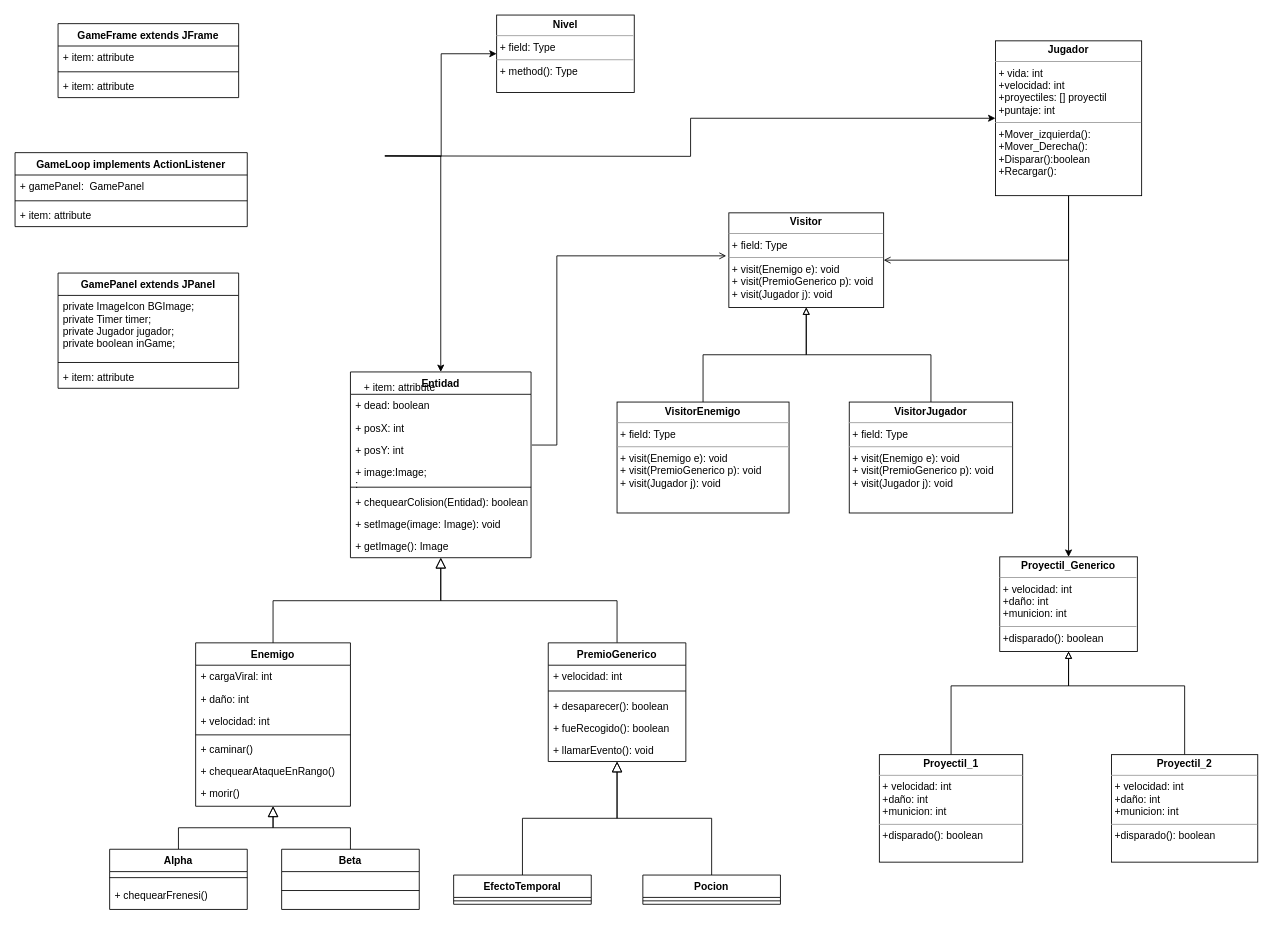
The draw.io diagram VerticalShooter_UML.drawio in Mawity/Repositorio-Proyecto-3, before the edit. Source tidied: cells renumbered, new cells numbered last; positions are measured from the earlier drawing's top-left corner, leaving out a move shared by most shapes. Both pictures are drawn from the tidied source at 86%, with x=0, y=0 at pixel (15, 15).
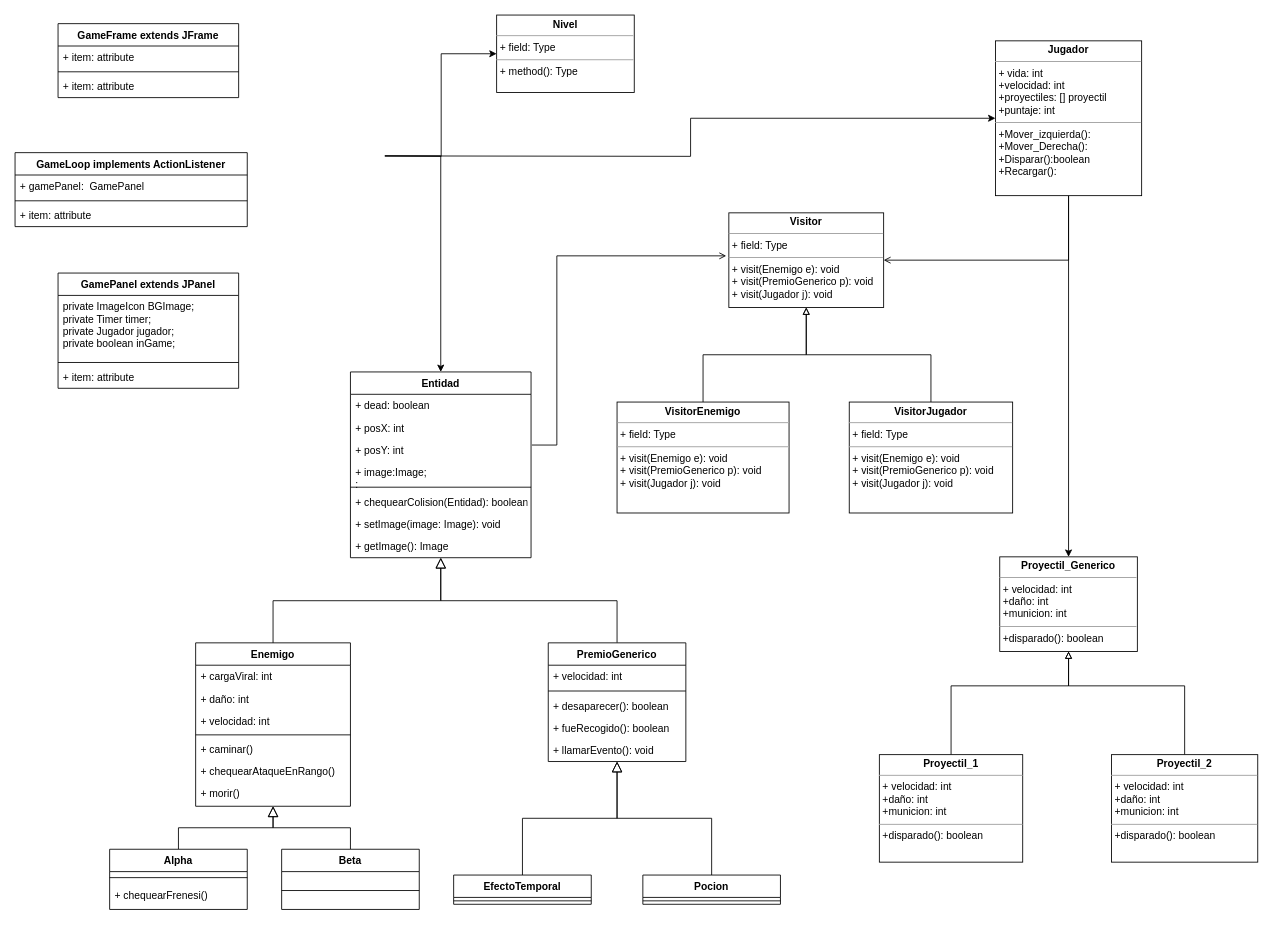
After the change.

What changed in the source:
```diff
@@
-    <mxCell id="62" value="+ item: attribute" style="text;strokeColor=none;fillColor=none;align=left;verticalAlign=top;spacingLeft=4;spacingRight=4;overflow=hidden;" parent="1" vertex="1">
-      <mxGeometry x="400" y="420" width="100" height="26" as="geometry" />
-    </mxCell>
```
